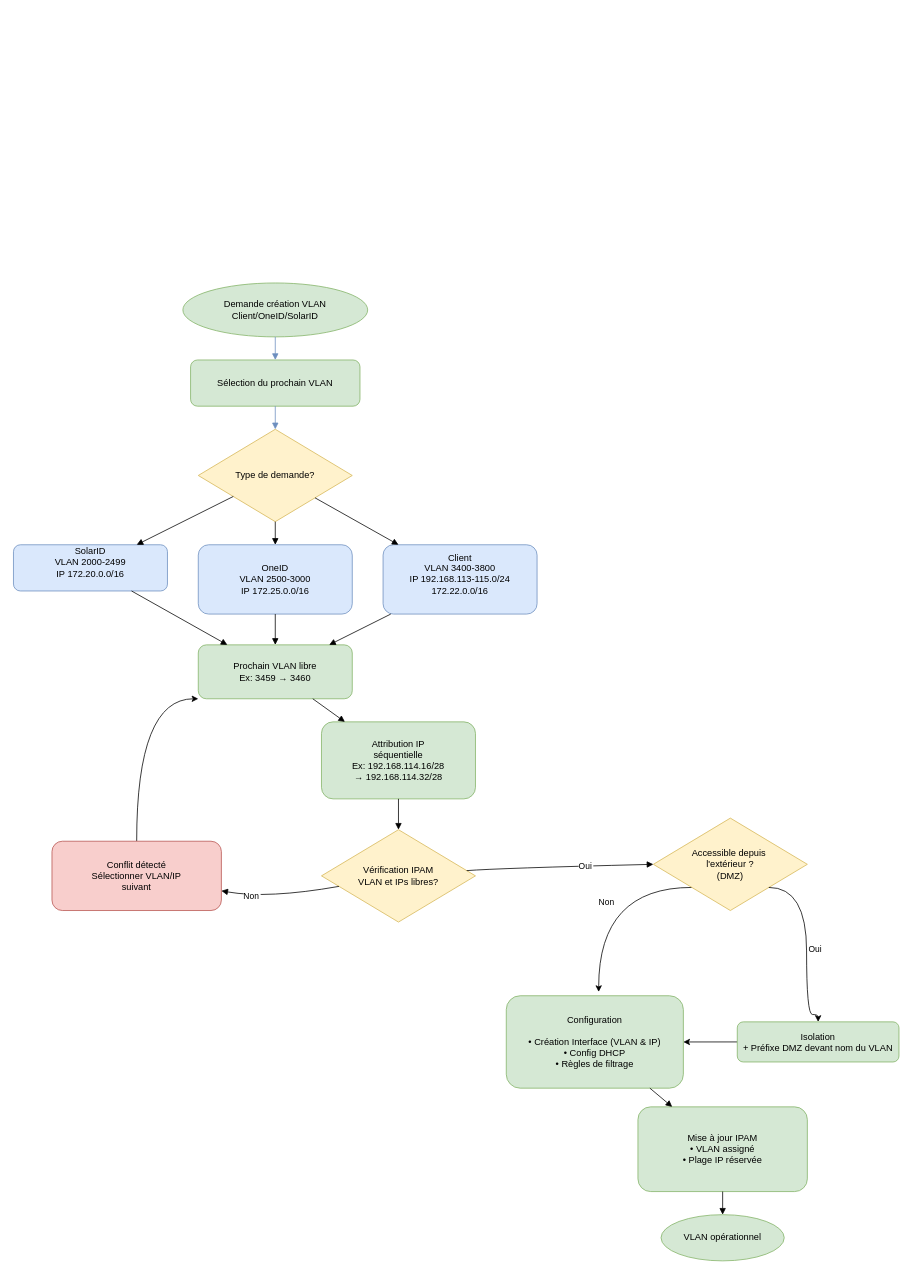
This is Diagrammes_création_vlan.drawio from titiuv24/diagrammes, a draw.io file, before an edit. Source tidied: cells renumbered, new cells numbered last; positions are measured from the earlier drawing's top-left corner, leaving out a move shared by most shapes. Both pictures are drawn from the tidied source at 77%, with x=0, y=0 at pixel (13, 283).
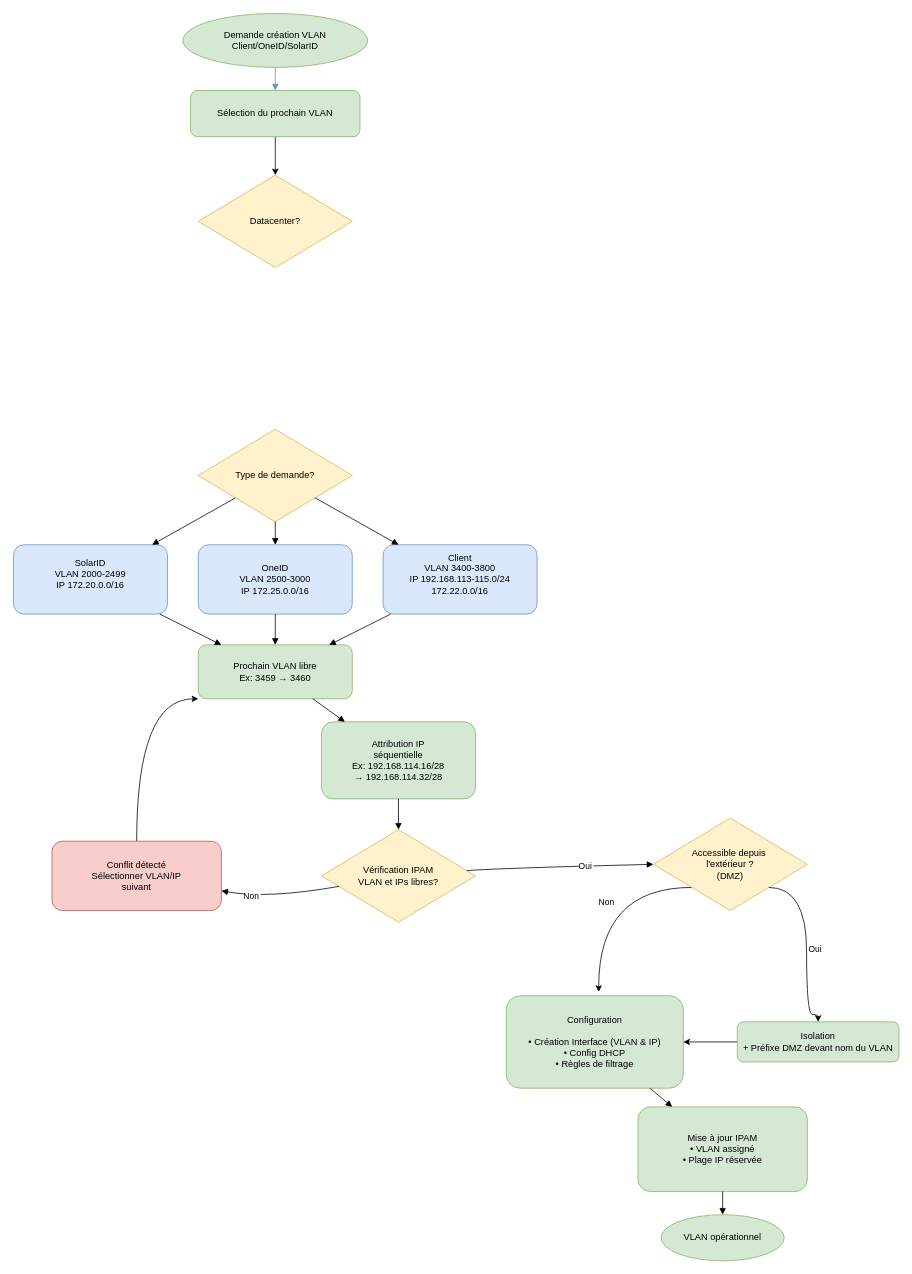
The same page after the edit.

Commit message:
Mettre à jour Diagrammes_création_vlan.drawio

Unchanged cells that the change refers to:
```xml
<mxCell id="5" value="Type de demande?" style="rhombus;whiteSpace=wrap;html=1;fillColor=#fff2cc;strokeColor=#d6b656;" parent="1" vertex="1">
  <mxGeometry x="240" y="190" width="200" height="120" as="geometry" />
</mxCell>
```

Change to the diagram source:
```diff
@@
     <mxCell id="2" value="Demande création VLAN&#10;Client/OneID/SolarID" style="ellipse;whiteSpace=wrap;html=1;fillColor=#d5e8d4;strokeColor=#82b366;" parent="1" vertex="1">
-      <mxGeometry x="220" width="240" height="70" as="geometry" />
+      <mxGeometry x="220" y="-350" width="240" height="70" as="geometry" />
     </mxCell>
+    <mxCell id="39" style="edgeStyle=orthogonalEdgeStyle;rounded=0;jettySize=auto;html=1;exitX=0.5;exitY=1;exitDx=0;exitDy=0;entryX=0.5;entryY=0;entryDx=0;entryDy=0;" parent="1" edge="1" source="3" target="40">
+      <mxGeometry relative="1" as="geometry" />
+    </mxCell>
     <mxCell id="3" value="Sélection du prochain VLAN" style="rounded=1;whiteSpace=wrap;html=1;fillColor=#d5e8d4;strokeColor=#82b366;" parent="1" vertex="1">
-      <mxGeometry x="230" y="100" width="220" height="60" as="geometry" />
+      <mxGeometry x="230" y="-250" width="220" height="60" as="geometry" />
     </mxCell>
@@
-    <mxCell id="6" style="endArrow=block;html=1;rounded=0;strokeColor=#6c8ebf;" parent="1" edge="1" source="3" target="5">
-      <mxGeometry relative="1" as="geometry" />
-    </mxCell>
     <mxCell id="7" value="SolarID&lt;br&gt;&lt;div&gt;VLAN 2000-2499&lt;/div&gt;IP 172.20.0.0/16&lt;div&gt;&lt;br/&gt;&lt;/div&gt;" style="rounded=1;whiteSpace=wrap;html=1;fillColor=#dae8fc;strokeColor=#6c8ebf;" parent="1" vertex="1">
-      <mxGeometry y="340" width="200" height="60" as="geometry" />
+      <mxGeometry y="340" width="200" height="90" as="geometry" />
     </mxCell>
@@
+    <mxCell id="40" value="Datacenter?" style="rhombus;whiteSpace=wrap;html=1;fillColor=#fff2cc;strokeColor=#d6b656;" parent="1" vertex="1">
+      <mxGeometry x="240" y="-140" width="200" height="120" as="geometry" />
+    </mxCell>
```
